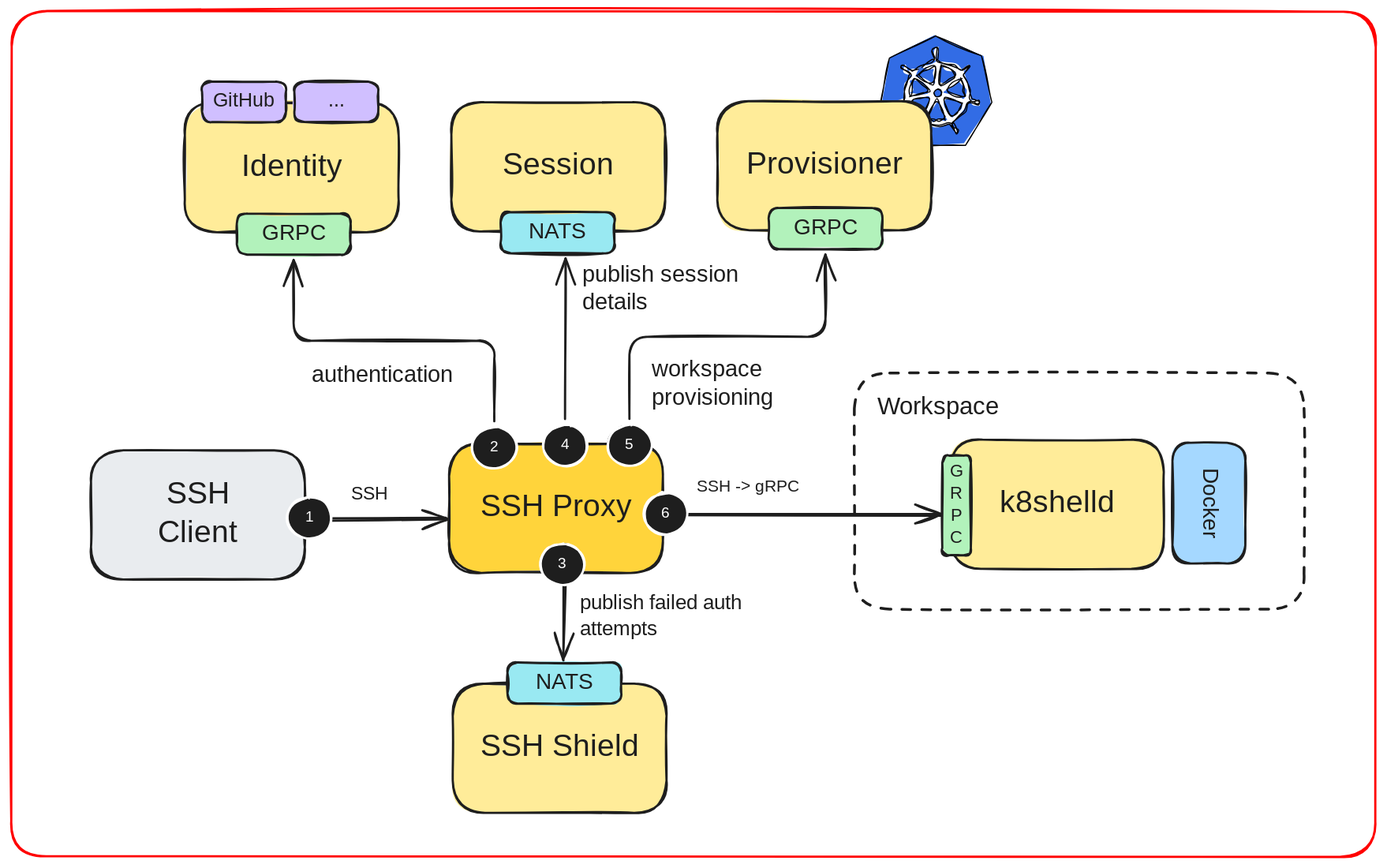
Before: drawings/ssh-architecture.excalidraw.svg, a diagram exported from Excalidraw (k8shell-io/docs). Source tidied: one line per element, renumbered; positions are measured from the earlier drawing's top-left corner, leaving out a move shared by most shapes.
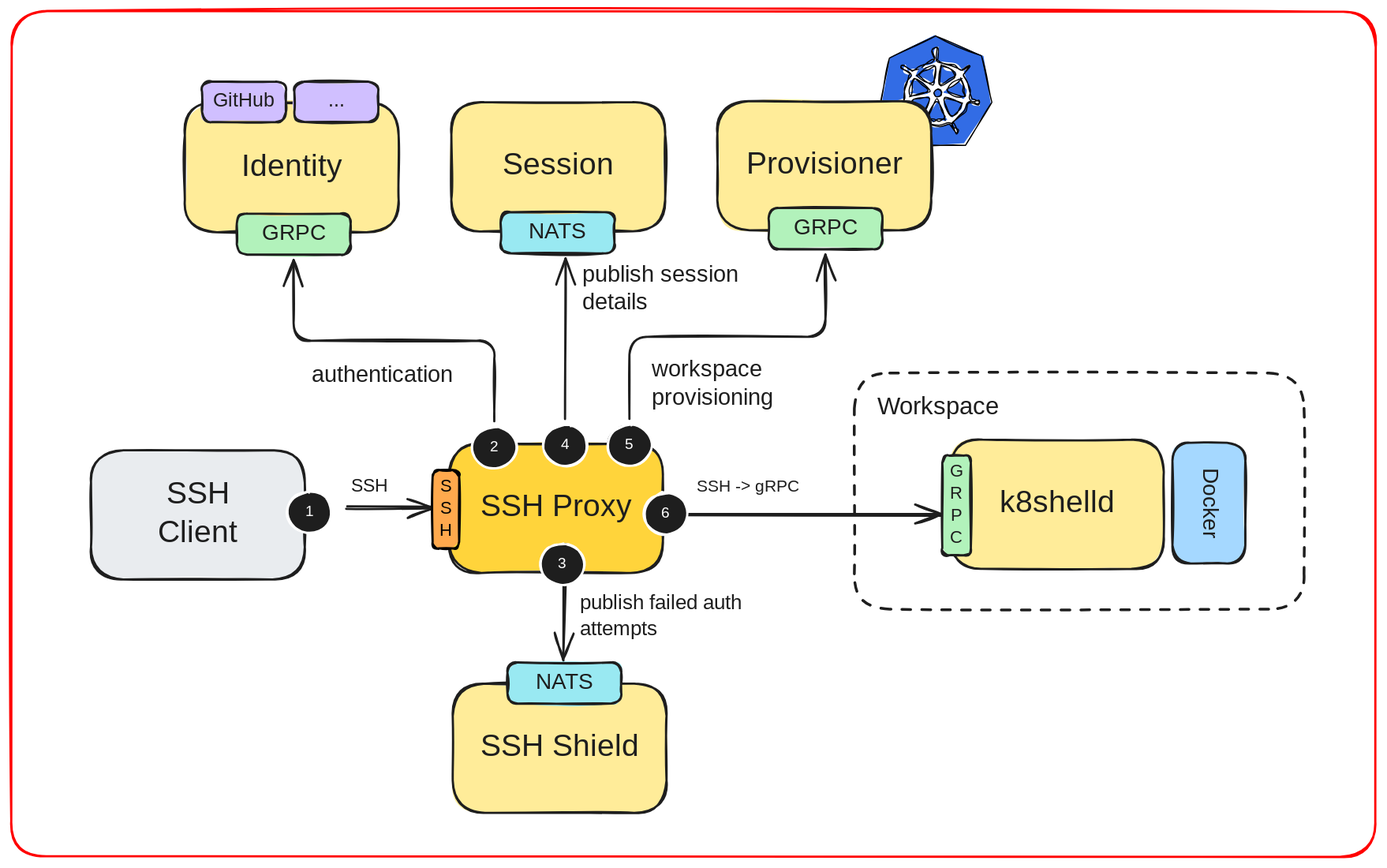
Later version of the same file.

Commit message:
user string adjustments

The edit, as a diff of the source:
```diff
@@ -6,7 +6,7 @@
 {"id": 5, "type": "text", "text": "SSH Proxy", "strokeColor": "#1e1e1e", "strokeWidth": 2, "roughness": 1, "fontSize": 28, "fontFamily": 5, "textAlign": "center", "verticalAlign": "middle", "inside": 4, "x": 430, "y": 432, "width": 125, "height": 35}
 {"id": 6, "type": "rectangle", "strokeColor": "#1e1e1e", "backgroundColor": "#e9ecef", "fillStyle": "solid", "strokeWidth": 2, "roughness": 1, "round": true, "x": 72, "y": 397, "width": 194, "height": 117}
 {"id": 7, "type": "text", "text": "SSH\nClient", "strokeColor": "#1e1e1e", "strokeWidth": 2, "roughness": 1, "fontSize": 28, "fontFamily": 5, "textAlign": "center", "verticalAlign": "middle", "inside": 6, "x": 135, "y": 421, "width": 68, "height": 70}
-{"id": 8, "type": "arrow", "strokeColor": "#1e1e1e", "backgroundColor": "#e9ecef", "fillStyle": "solid", "strokeWidth": 2, "roughness": 1, "endArrowhead": "arrow", "round": true, "from": 6, "to": 4, "x": 270, "y": 460, "width": 124, "height": 1, "points": [[0, 0], [124, -1]]}
+{"id": 8, "type": "arrow", "strokeColor": "#1e1e1e", "backgroundColor": "#e9ecef", "fillStyle": "solid", "strokeWidth": 2, "roughness": 1, "endArrowhead": "arrow", "round": true, "from": 30, "to": 67, "x": 303, "y": 449, "width": 78, "height": 0, "points": [[0, 0], [78, 0]]}
 {"id": 9, "type": "arrow", "strokeColor": "#1e1e1e", "strokeWidth": 2, "roughness": 1, "endArrowhead": "arrow", "round": true, "from": 4, "to": 2, "x": 595, "y": 456, "width": 246, "height": 0, "points": [[0, 0], [246, 0]]}
 {"id": 10, "type": "line", "strokeColor": "#000000", "backgroundColor": "#326ce5", "fillStyle": "solid", "strokeWidth": 1, "roughness": 1, "x": 837, "y": 22, "width": 101, "height": 99, "points": [[0, 0], [-42, 20], [-51, 63], [-22, 99], [27, 99], [51, 60], [41, 18], [0, 0]]}
 {"id": 11, "type": "line", "strokeColor": "#000000", "angle": 0.01, "backgroundColor": "#ffff", "fillStyle": "solid", "strokeWidth": 1, "roughness": 1, "round": true, "x": 829, "y": 47, "width": 76, "height": 76, "points": [[0, 0], [5, -2], [6, -5], [5, -12], [9, -13], [9, -4], [10, -2], [16, -1], [24, 2], [30, 6], [32, 6], [37, 2], [39, 3], [34, 8], [33, 10], [37, 17], [39, 24], [39, 32], [41, 34], [47, 34], [47, 37], [40, 36], [38, 36], [35, 43], [30, 48], [24, 53], [25, 55], [29, 62], [26, 63], [23, 56], [20, 55], [13, 57], [3, 56], [-4, 54], [-6, 55], [-9, 61], [-12, 60], [-8, 54], [-7, 52], [-12, 48], [-17, 41], [-19, 37], [-22, 37], [-28, 39], [-29, 36], [-22, 35], [-20, 33], [-20, 24], [-18, 17], [-15, 11], [-16, 9], [-23, 5], [-21, 3], [-16, 7], [-12, 8], [-7, 3], [0, 0]]}
@@ -18,7 +18,7 @@
 {"id": 17, "type": "line", "strokeColor": "#000000", "angle": 4.76, "backgroundColor": "#326ce5", "fillStyle": "solid", "strokeWidth": 1, "roughness": 1, "round": true, "x": 816, "y": 86, "width": 15, "height": 15, "points": [[0, 0], [3, -4], [8, -8], [12, -8], [15, -1], [15, 7], [7, 5], [0, 0]]}
 {"id": 18, "type": "line", "strokeColor": "#000000", "angle": 5.65, "backgroundColor": "#326ce5", "fillStyle": "solid", "strokeWidth": 1, "roughness": 1, "round": true, "x": 812, "y": 71, "width": 17, "height": 16, "points": [[0, 0], [3, -4], [8, -8], [12, -9], [15, -1], [17, 8], [8, 5], [0, 0]]}
 {"id": 19, "type": "ellipse", "strokeColor": "#000000", "backgroundColor": "#326ce5", "fillStyle": "solid", "strokeWidth": 1, "roughness": 1, "x": 836, "y": 70, "width": 7, "height": 7}
-{"id": 20, "type": "text", "text": "SSH", "strokeColor": "#1e1e1e", "backgroundColor": "#ffd43b", "fillStyle": "solid", "strokeWidth": 2, "roughness": 1, "fontSize": 16.69, "fontFamily": 5, "x": 307, "y": 427, "width": 30, "height": 21}
+{"id": 20, "type": "text", "text": "SSH", "strokeColor": "#1e1e1e", "backgroundColor": "#ffd43b", "fillStyle": "solid", "strokeWidth": 2, "roughness": 1, "fontSize": 16.69, "fontFamily": 5, "x": 307, "y": 420, "width": 30, "height": 21}
 {"id": 21, "type": "text", "text": "SSH -> gRPC", "strokeColor": "#1e1e1e", "backgroundColor": "#ffd43b", "fillStyle": "solid", "strokeWidth": 2, "roughness": 1, "fontSize": 15.28, "fontFamily": 5, "x": 621, "y": 421, "width": 95, "height": 19}
 {"id": 22, "type": "rectangle", "strokeColor": "#1e1e1e", "strokeWidth": 2, "strokeStyle": "dashed", "roughness": 1, "round": true, "x": 763, "y": 327, "width": 407, "height": 214}
 {"id": 23, "type": "text", "text": "Workspace", "strokeColor": "#1e1e1e", "strokeWidth": 2, "strokeStyle": "dashed", "roughness": 1, "fontSize": 22.38, "fontFamily": 5, "x": 784, "y": 345, "width": 112, "height": 28}
@@ -28,8 +28,8 @@
 {"id": 27, "type": "text", "text": "publish failed auth\nattempts", "strokeColor": "#1e1e1e", "backgroundColor": "#ffd43b", "fillStyle": "solid", "strokeWidth": 2, "roughness": 1, "fontSize": 18.93, "fontFamily": 5, "x": 515, "y": 525, "width": 169, "height": 47}
 {"id": 28, "type": "rectangle", "strokeColor": "#1e1e1e", "angle": 1.57, "backgroundColor": "#a5d8ff", "fillStyle": "solid", "strokeWidth": 2, "roughness": 1, "round": true, "x": 1030, "y": 412, "width": 109, "height": 66}
 {"id": 29, "type": "text", "text": "Docker", "strokeColor": "#1e1e1e", "angle": 1.57, "strokeWidth": 2, "roughness": 1, "fontSize": 20, "fontFamily": 5, "textAlign": "center", "verticalAlign": "middle", "inside": 28, "x": 1055, "y": 433, "width": 59, "height": 25}
-{"id": 30, "type": "ellipse", "strokeColor": "#ffffff", "backgroundColor": "#1e1e1e", "fillStyle": "solid", "strokeWidth": 2, "roughness": 1, "round": true, "x": 250, "y": 440, "width": 40, "height": 38}
+{"id": 30, "type": "ellipse", "strokeColor": "#ffffff", "backgroundColor": "#1e1e1e", "fillStyle": "solid", "strokeWidth": 2, "roughness": 1, "round": true, "x": 250, "y": 435, "width": 40, "height": 38}
-{"id": 31, "type": "text", "text": "1", "strokeColor": "#ffffff", "backgroundColor": "#1e1e1e", "fillStyle": "solid", "strokeWidth": 2, "roughness": 1, "fontSize": 13.5, "fontFamily": 5, "textAlign": "center", "verticalAlign": "middle", "inside": 30, "x": 267, "y": 450, "width": 6, "height": 17}
+{"id": 31, "type": "text", "text": "1", "strokeColor": "#ffffff", "backgroundColor": "#1e1e1e", "fillStyle": "solid", "strokeWidth": 2, "roughness": 1, "fontSize": 13.5, "fontFamily": 5, "textAlign": "center", "verticalAlign": "middle", "inside": 30, "x": 267, "y": 445, "width": 6, "height": 17}
 {"id": 32, "type": "ellipse", "strokeColor": "#ffffff", "backgroundColor": "#1e1e1e", "fillStyle": "solid", "strokeWidth": 2, "roughness": 1, "round": true, "x": 417, "y": 376, "width": 40, "height": 38}
 {"id": 33, "type": "text", "text": "2", "strokeColor": "#ffffff", "backgroundColor": "#1e1e1e", "fillStyle": "solid", "strokeWidth": 2, "roughness": 1, "fontSize": 13.5, "fontFamily": 5, "textAlign": "center", "verticalAlign": "middle", "inside": 32, "x": 432, "y": 387, "width": 9, "height": 17}
 {"id": 34, "type": "ellipse", "strokeColor": "#ffffff", "backgroundColor": "#1e1e1e", "fillStyle": "solid", "strokeWidth": 2, "roughness": 1, "round": true, "x": 540, "y": 374, "width": 40, "height": 38}
@@ -65,3 +65,5 @@
 {"id": 64, "type": "text", "text": "...", "strokeColor": "#1e1e1e", "strokeWidth": 2, "roughness": 1, "fontSize": 17.92, "fontFamily": 5, "textAlign": "center", "verticalAlign": "middle", "inside": 63, "x": 287, "y": 71, "width": 15, "height": 22}
 {"id": 65, "type": "rectangle", "strokeColor": "#1e1e1e", "backgroundColor": "#99e9f2", "fillStyle": "solid", "strokeWidth": 2, "roughness": 1, "round": true, "x": 449, "y": 589, "width": 103, "height": 37}
 {"id": 66, "type": "text", "text": "NATS", "strokeColor": "#1e1e1e", "strokeWidth": 2, "roughness": 1, "fontSize": 19.84, "fontFamily": 5, "textAlign": "center", "verticalAlign": "middle", "inside": 65, "x": 474, "y": 596, "width": 54, "height": 25}
+{"id": 67, "type": "rectangle", "strokeColor": "#000000", "backgroundColor": "#ffa94d", "fillStyle": "solid", "strokeWidth": 2, "roughness": 1, "round": true, "x": 381, "y": 415, "width": 24, "height": 71}
+{"id": 68, "type": "text", "text": "S\nS\nH", "strokeColor": "#000000", "strokeWidth": 2, "roughness": 1, "fontSize": 16.02, "fontFamily": 5, "textAlign": "center", "verticalAlign": "middle", "inside": 67, "x": 388, "y": 421, "width": 10, "height": 60}
```
